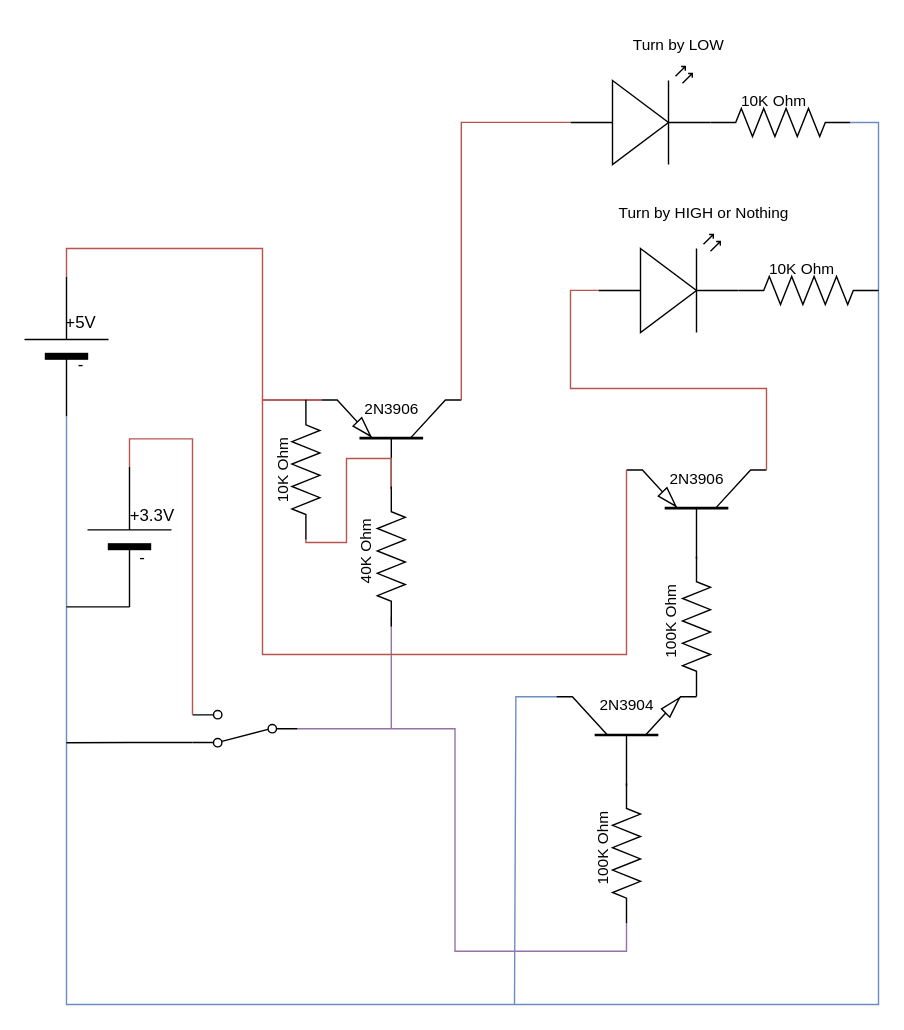
The draw.io diagram Demux.drawio in agus0/Diagrams, before the edit. Source tidied: cells renumbered, new cells numbered last; positions are measured from the earlier drawing's top-left corner, leaving out a move shared by most shapes. Both pictures are drawn from the tidied source at 140%, with x=0, y=0 at pixel (-4, 24).
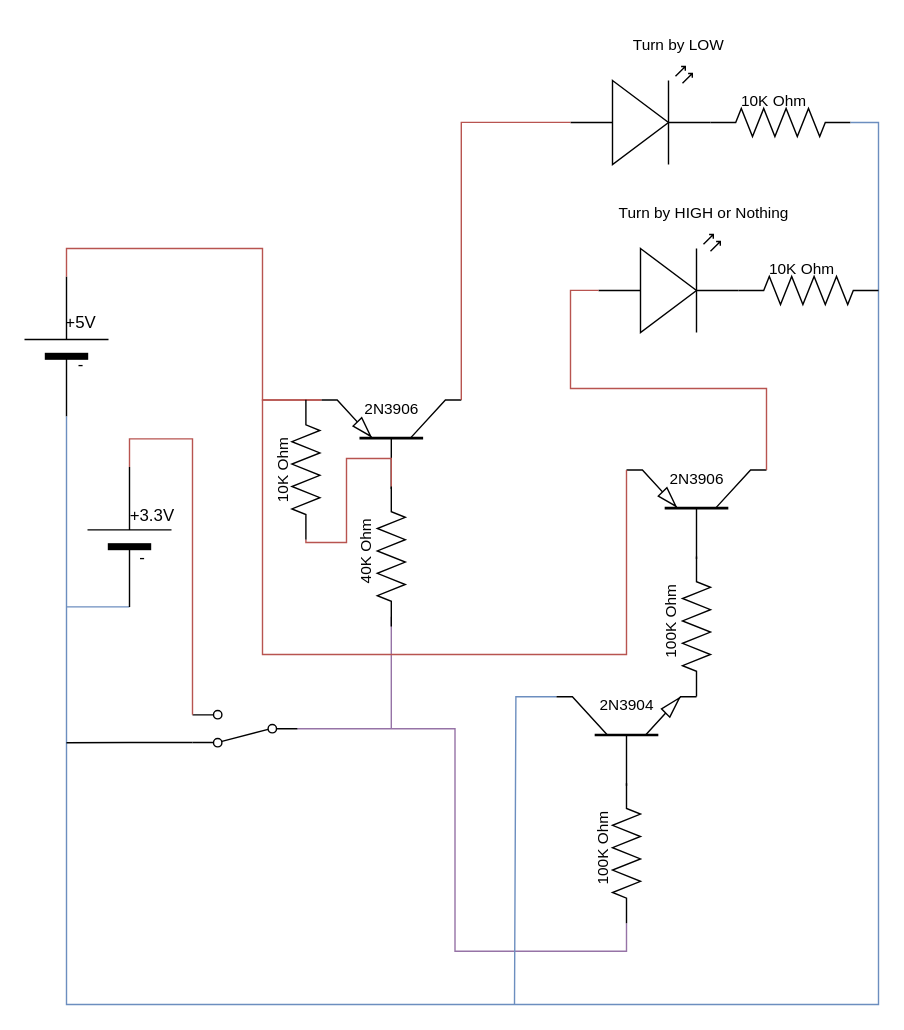
After the change.

Unchanged cells that the change refers to:
```xml
<mxCell id="34" style="verticalLabelPosition=bottom;shadow=0;dashed=0;align=center;fillColor=strokeColor;html=1;verticalAlign=top;strokeWidth=1;shape=mxgraph.electrical.miscellaneous.monocell_battery;rotation=-90;" parent="1" vertex="1">
  <mxGeometry x="45" y="336" width="100" height="60" as="geometry" />
</mxCell>
```

The edit, as a diff of the source:
```diff
@@
-    <mxCell id="32" style="edgeStyle=orthogonalEdgeStyle;shape=connector;rounded=0;jettySize=auto;html=1;exitX=0;exitY=0.5;exitDx=0;exitDy=0;exitPerimeter=0;labelBackgroundColor=default;strokeColor=default;align=center;verticalAlign=middle;fontFamily=Helvetica;fontSize=11;fontColor=default;endArrow=none;endFill=0;" parent="1" edge="1" source="34">
+    <mxCell id="32" style="edgeStyle=orthogonalEdgeStyle;shape=connector;rounded=0;jettySize=auto;html=1;exitX=0;exitY=0.5;exitDx=0;exitDy=0;exitPerimeter=0;labelBackgroundColor=default;strokeColor=#6c8ebf;align=center;verticalAlign=middle;fontFamily=Helvetica;fontSize=11;fontColor=default;endArrow=none;endFill=0;fillColor=#dae8fc;" parent="1" edge="1" source="34">
       <mxGeometry relative="1" as="geometry">
         <mxPoint x="50" y="416" as="targetPoint" />
         <Array as="points">
           <mxPoint x="80" y="416" />
           <mxPoint x="80" y="416" />
         </Array>
       </mxGeometry>
     </mxCell>
```
